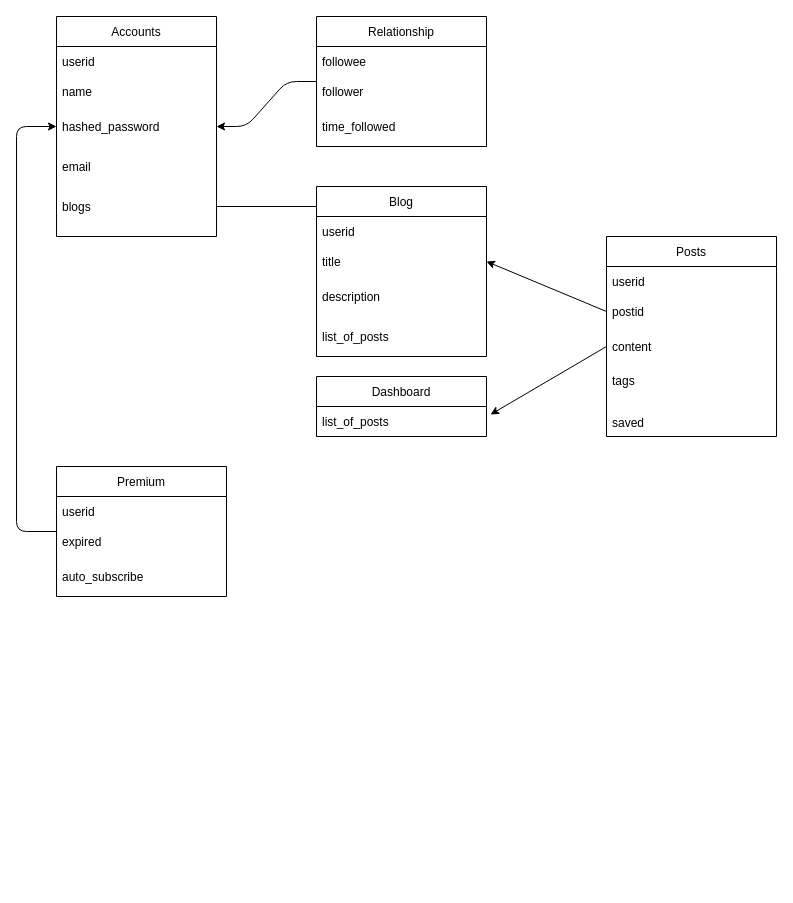
Above: databases.drawio in thevuong8000/497S (draw.io), before the change. Source tidied: cells renumbered, new cells numbered last; positions are measured from the earlier drawing's top-left corner, leaving out a move shared by most shapes. Both pictures are drawn from the tidied source at 100%, with x=0, y=0 at pixel (-34, 16).
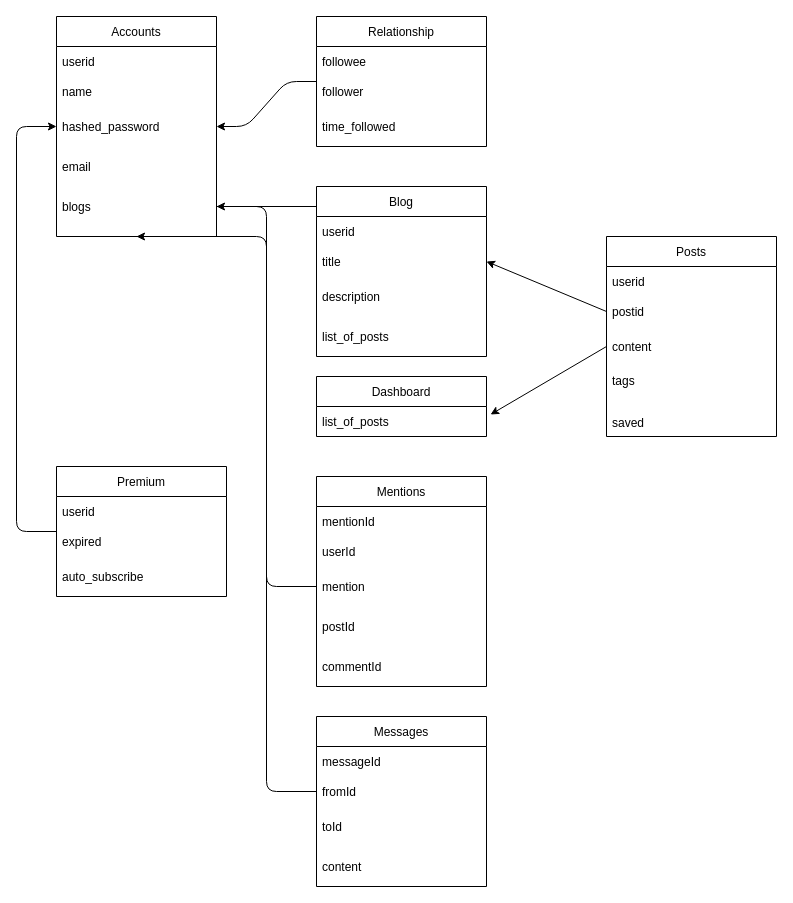
The same page after the edit.

Unchanged cells that the change refers to:
```xml
<mxCell id="2" value="Accounts" style="swimlane;fontStyle=0;horizontal=1;startSize=30;" parent="1" vertex="1">
  <mxGeometry x="90" width="160" height="220" as="geometry" />
</mxCell>
<mxCell id="12" value="blogs" style="text;strokeColor=none;fillColor=none;align=left;verticalAlign=middle;spacingLeft=4;spacingRight=4;overflow=hidden;points=[[0,0.5],[1,0.5]];portConstraint=eastwest;" parent="1" vertex="1">
  <mxGeometry x="90" y="170" width="160" height="40" as="geometry" />
</mxCell>
```

Change to the diagram source:
```diff
@@
+    <mxCell id="34" value="Mentions" style="swimlane;fontStyle=0;horizontal=1;startSize=30;" parent="1" vertex="1">
+      <mxGeometry x="350" y="460" width="170" height="210" as="geometry" />
+    </mxCell>
+    <mxCell id="35" value="mentionId" style="text;strokeColor=none;fillColor=none;align=left;verticalAlign=middle;spacingLeft=4;spacingRight=4;overflow=hidden;" parent="34" vertex="1">
+      <mxGeometry y="30" width="170" height="30" as="geometry" />
+    </mxCell>
+    <mxCell id="36" value="userId" style="text;strokeColor=none;fillColor=none;align=left;verticalAlign=middle;spacingLeft=4;spacingRight=4;overflow=hidden;" parent="34" vertex="1">
+      <mxGeometry y="60" width="170" height="30" as="geometry" />
+    </mxCell>
+    <mxCell id="37" value="mention" style="text;strokeColor=none;fillColor=none;align=left;verticalAlign=middle;spacingLeft=4;spacingRight=4;overflow=hidden;points=[[0,0.5],[1,0.5]];portConstraint=eastwest;" parent="34" vertex="1">
+      <mxGeometry y="90" width="170" height="40" as="geometry" />
+    </mxCell>
+    <mxCell id="38" value="postId" style="text;strokeColor=none;fillColor=none;align=left;verticalAlign=middle;spacingLeft=4;spacingRight=4;overflow=hidden;" parent="34" vertex="1">
+      <mxGeometry y="130" width="170" height="40" as="geometry" />
+    </mxCell>
+    <mxCell id="39" value="commentId" style="text;strokeColor=none;fillColor=none;align=left;verticalAlign=middle;spacingLeft=4;spacingRight=4;overflow=hidden;" parent="34" vertex="1">
+      <mxGeometry y="170" width="170" height="40" as="geometry" />
+    </mxCell>
+    <mxCell id="40" value="Messages" style="swimlane;fontStyle=0;horizontal=1;startSize=30;" parent="1" vertex="1">
+      <mxGeometry x="350" y="700" width="170" height="170" as="geometry" />
+    </mxCell>
+    <mxCell id="41" value="messageId" style="text;strokeColor=none;fillColor=none;align=left;verticalAlign=middle;spacingLeft=4;spacingRight=4;overflow=hidden;" parent="40" vertex="1">
+      <mxGeometry y="30" width="170" height="30" as="geometry" />
+    </mxCell>
+    <mxCell id="42" value="fromId" style="text;strokeColor=none;fillColor=none;align=left;verticalAlign=middle;spacingLeft=4;spacingRight=4;overflow=hidden;points=[[0,0.5],[1,0.5]];portConstraint=eastwest;" parent="40" vertex="1">
+      <mxGeometry y="60" width="170" height="30" as="geometry" />
+    </mxCell>
+    <mxCell id="43" value="toId" style="text;strokeColor=none;fillColor=none;align=left;verticalAlign=middle;spacingLeft=4;spacingRight=4;overflow=hidden;" parent="40" vertex="1">
+      <mxGeometry y="90" width="170" height="40" as="geometry" />
+    </mxCell>
+    <mxCell id="44" value="content" style="text;strokeColor=none;fillColor=none;align=left;verticalAlign=middle;spacingLeft=4;spacingRight=4;overflow=hidden;" parent="40" vertex="1">
+      <mxGeometry y="130" width="170" height="40" as="geometry" />
+    </mxCell>
+    <mxCell id="45" style="edgeStyle=orthogonalEdgeStyle;html=1;exitX=0;exitY=0.5;exitDx=0;exitDy=0;entryX=0.5;entryY=1;entryDx=0;entryDy=0;" parent="1" edge="1" source="37" target="2">
+      <mxGeometry relative="1" as="geometry">
+        <Array as="points">
+          <mxPoint x="300" y="570" />
+          <mxPoint x="300" y="220" />
+        </Array>
+      </mxGeometry>
+    </mxCell>
+    <mxCell id="46" style="edgeStyle=orthogonalEdgeStyle;html=1;exitX=0;exitY=0.5;exitDx=0;exitDy=0;entryX=1;entryY=0.5;entryDx=0;entryDy=0;" parent="1" edge="1" source="42" target="12">
+      <mxGeometry relative="1" as="geometry" />
+    </mxCell>
```
